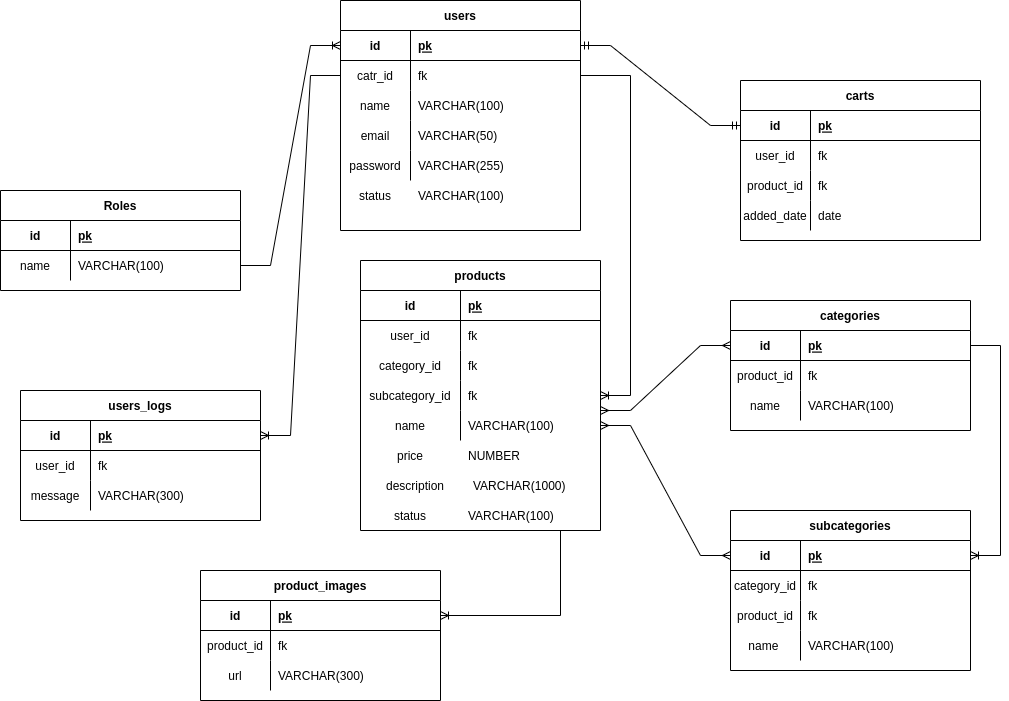
Before: db_diagram.png, a diagram exported from draw.io (DimaPekutko/DBMS-2022-053504). Source tidied: cells renumbered, new cells last; positions are measured from the earlier drawing's top-left corner, leaving out a move shared by most shapes.
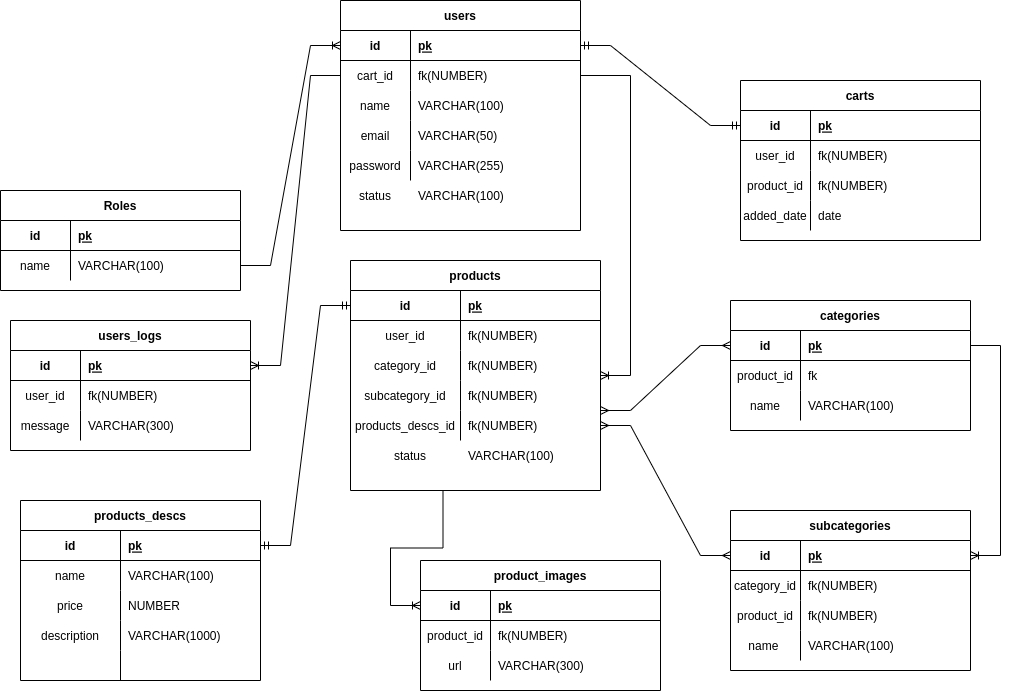
The same file after the commit.

Diff of the diagram source:
```diff
@@ -19,6 +19,6 @@
     </mxCell>
-    <mxCell id="7" value="catr_id" style="shape=partialRectangle;fillColor=none;top=0;left=0;bottom=0;right=0;overflow=hidden;" parent="6" vertex="1">
+    <mxCell id="7" value="cart_id" style="shape=partialRectangle;fillColor=none;top=0;left=0;bottom=0;right=0;overflow=hidden;" parent="6" vertex="1">
       <mxGeometry width="70" height="30" as="geometry" />
     </mxCell>
-    <mxCell id="8" value="fk" style="shape=partialRectangle;fillColor=none;top=0;left=0;bottom=0;right=0;align=left;spacingLeft=6;overflow=hidden;" parent="6" vertex="1">
+    <mxCell id="8" value="fk(NUMBER)" style="shape=partialRectangle;fillColor=none;top=0;left=0;bottom=0;right=0;align=left;spacingLeft=6;overflow=hidden;" parent="6" vertex="1">
       <mxGeometry x="70" width="170" height="30" as="geometry" />
@@ -74,3 +74,3 @@
     <mxCell id="25" value="users_logs" style="shape=table;startSize=30;rowLines=0;fontStyle=1;align=center;" parent="1" vertex="1">
-      <mxGeometry x="20" y="390" width="240" height="130" as="geometry" />
+      <mxGeometry x="10" y="320" width="240" height="130" as="geometry" />
     </mxCell>
@@ -91,3 +91,3 @@
     </mxCell>
-    <mxCell id="31" value="fk" style="shape=partialRectangle;fillColor=none;top=0;left=0;bottom=0;right=0;align=left;spacingLeft=6;overflow=hidden;" parent="29" vertex="1">
+    <mxCell id="31" value="fk(NUMBER)" style="shape=partialRectangle;fillColor=none;top=0;left=0;bottom=0;right=0;align=left;spacingLeft=6;overflow=hidden;" parent="29" vertex="1">
       <mxGeometry x="70" width="170" height="30" as="geometry" />
@@ -104,48 +104,48 @@
     <mxCell id="35" value="products" style="shape=table;startSize=30;rowLines=0;fontStyle=1;align=center;" parent="1" vertex="1">
-      <mxGeometry x="360" y="260" width="240" height="270" as="geometry" />
+      <mxGeometry x="350" y="260" width="250" height="230" as="geometry" />
     </mxCell>
     <mxCell id="36" style="shape=tableRow;horizontal=0;startSize=0;swimlaneHead=0;swimlaneBody=0;fillColor=none;points=[[0,0.5],[1,0.5]];portConstraint=eastwest;top=0;left=0;right=0;bottom=1;" parent="35" vertex="1">
-      <mxGeometry y="30" width="240" height="30" as="geometry" />
+      <mxGeometry y="30" width="250" height="30" as="geometry" />
     </mxCell>
     <mxCell id="37" value="id" style="shape=partialRectangle;fillColor=none;top=0;left=0;bottom=0;right=0;fontStyle=1;overflow=hidden;" parent="36" vertex="1">
-      <mxGeometry width="100" height="30" as="geometry" />
+      <mxGeometry width="110" height="30" as="geometry" />
     </mxCell>
     <mxCell id="38" value="pk" style="shape=partialRectangle;fillColor=none;top=0;left=0;bottom=0;right=0;align=left;spacingLeft=6;fontStyle=5;overflow=hidden;" parent="36" vertex="1">
-      <mxGeometry x="100" width="140" height="30" as="geometry" />
+      <mxGeometry x="110" width="140" height="30" as="geometry" />
     </mxCell>
     <mxCell id="39" style="shape=tableRow;horizontal=0;startSize=0;swimlaneHead=0;swimlaneBody=0;fillColor=none;top=0;left=0;right=0;bottom=0;" parent="35" vertex="1">
-      <mxGeometry y="60" width="240" height="30" as="geometry" />
+      <mxGeometry y="60" width="250" height="30" as="geometry" />
     </mxCell>
     <mxCell id="40" value="user_id" style="shape=partialRectangle;fillColor=none;top=0;left=0;bottom=0;right=0;overflow=hidden;" parent="39" vertex="1">
-      <mxGeometry width="100" height="30" as="geometry" />
+      <mxGeometry width="110" height="30" as="geometry" />
     </mxCell>
-    <mxCell id="41" value="fk" style="shape=partialRectangle;fillColor=none;top=0;left=0;bottom=0;right=0;align=left;spacingLeft=6;overflow=hidden;" parent="39" vertex="1">
-      <mxGeometry x="100" width="140" height="30" as="geometry" />
+    <mxCell id="41" value="fk(NUMBER)" style="shape=partialRectangle;fillColor=none;top=0;left=0;bottom=0;right=0;align=left;spacingLeft=6;overflow=hidden;" parent="39" vertex="1">
+      <mxGeometry x="110" width="140" height="30" as="geometry" />
     </mxCell>
     <mxCell id="42" style="shape=tableRow;horizontal=0;startSize=0;swimlaneHead=0;swimlaneBody=0;fillColor=none;top=0;left=0;right=0;bottom=0;" parent="35" vertex="1">
-      <mxGeometry y="90" width="240" height="30" as="geometry" />
+      <mxGeometry y="90" width="250" height="30" as="geometry" />
     </mxCell>
     <mxCell id="43" value="category_id" style="shape=partialRectangle;fillColor=none;top=0;left=0;bottom=0;right=0;overflow=hidden;" parent="42" vertex="1">
-      <mxGeometry width="100" height="30" as="geometry" />
+      <mxGeometry width="110" height="30" as="geometry" />
     </mxCell>
-    <mxCell id="44" value="fk" style="shape=partialRectangle;fillColor=none;top=0;left=0;bottom=0;right=0;align=left;spacingLeft=6;overflow=hidden;" parent="42" vertex="1">
-      <mxGeometry x="100" width="140" height="30" as="geometry" />
+    <mxCell id="44" value="fk(NUMBER)" style="shape=partialRectangle;fillColor=none;top=0;left=0;bottom=0;right=0;align=left;spacingLeft=6;overflow=hidden;" parent="42" vertex="1">
+      <mxGeometry x="110" width="140" height="30" as="geometry" />
     </mxCell>
     <mxCell id="45" style="shape=tableRow;horizontal=0;startSize=0;swimlaneHead=0;swimlaneBody=0;fillColor=none;top=0;left=0;right=0;bottom=0;" parent="35" vertex="1">
-      <mxGeometry y="120" width="240" height="30" as="geometry" />
+      <mxGeometry y="120" width="250" height="30" as="geometry" />
     </mxCell>
     <mxCell id="46" value="subcategory_id" style="shape=partialRectangle;fillColor=none;top=0;left=0;bottom=0;right=0;overflow=hidden;" parent="45" vertex="1">
-      <mxGeometry width="100" height="30" as="geometry" />
+      <mxGeometry width="110" height="30" as="geometry" />
     </mxCell>
-    <mxCell id="47" value="fk" style="shape=partialRectangle;fillColor=none;top=0;left=0;bottom=0;right=0;align=left;spacingLeft=6;overflow=hidden;" parent="45" vertex="1">
-      <mxGeometry x="100" width="140" height="30" as="geometry" />
+    <mxCell id="47" value="fk(NUMBER)" style="shape=partialRectangle;fillColor=none;top=0;left=0;bottom=0;right=0;align=left;spacingLeft=6;overflow=hidden;" parent="45" vertex="1">
+      <mxGeometry x="110" width="140" height="30" as="geometry" />
     </mxCell>
     <mxCell id="48" style="shape=tableRow;horizontal=0;startSize=0;swimlaneHead=0;swimlaneBody=0;fillColor=none;points=[[0,0.5],[1,0.5]];portConstraint=eastwest;top=0;left=0;right=0;bottom=0;" parent="35" vertex="1">
-      <mxGeometry y="150" width="240" height="30" as="geometry" />
+      <mxGeometry y="150" width="250" height="30" as="geometry" />
     </mxCell>
-    <mxCell id="49" value="name" style="shape=partialRectangle;fillColor=none;top=0;left=0;bottom=0;right=0;overflow=hidden;" parent="48" vertex="1">
-      <mxGeometry width="100" height="30" as="geometry" />
+    <mxCell id="49" value="products_descs_id" style="shape=partialRectangle;fillColor=none;top=0;left=0;bottom=0;right=0;overflow=hidden;" parent="48" vertex="1">
+      <mxGeometry width="110" height="30" as="geometry" />
     </mxCell>
-    <mxCell id="50" value="VARCHAR(100)" style="shape=partialRectangle;fillColor=none;top=0;left=0;bottom=0;right=0;align=left;spacingLeft=6;overflow=hidden;" parent="48" vertex="1">
-      <mxGeometry x="100" width="140" height="30" as="geometry" />
+    <mxCell id="50" value="fk(NUMBER)" style="shape=partialRectangle;fillColor=none;top=0;left=0;bottom=0;right=0;align=left;spacingLeft=6;overflow=hidden;" parent="48" vertex="1">
+      <mxGeometry x="110" width="140" height="30" as="geometry" />
     </mxCell>
@@ -154,8 +154,2 @@
     </mxCell>
-    <mxCell id="52" value="price" style="shape=partialRectangle;fillColor=none;top=0;left=0;bottom=0;right=0;overflow=hidden;" parent="51" vertex="1">
-      <mxGeometry width="100" height="30" as="geometry" />
-    </mxCell>
-    <mxCell id="53" value="NUMBER" style="shape=partialRectangle;fillColor=none;top=0;left=0;bottom=0;right=0;align=left;spacingLeft=6;overflow=hidden;" parent="51" vertex="1">
-      <mxGeometry x="100" width="140" height="30" as="geometry" />
-    </mxCell>
     <mxCell id="54" style="shape=tableRow;horizontal=0;startSize=0;swimlaneHead=0;swimlaneBody=0;fillColor=none;top=0;left=0;right=0;bottom=0;" parent="1" vertex="1">
@@ -163,8 +157,2 @@
     </mxCell>
-    <mxCell id="55" value="description" style="shape=partialRectangle;fillColor=none;top=0;left=0;bottom=0;right=0;overflow=hidden;" parent="54" vertex="1">
-      <mxGeometry width="100" height="30" as="geometry" />
-    </mxCell>
-    <mxCell id="56" value="VARCHAR(1000)" style="shape=partialRectangle;fillColor=none;top=0;left=0;bottom=0;right=0;align=left;spacingLeft=6;overflow=hidden;" parent="54" vertex="1">
-      <mxGeometry x="100" width="140" height="30" as="geometry" />
-    </mxCell>
     <mxCell id="57" value="categories" style="shape=table;startSize=30;rowLines=0;fontStyle=1;align=center;" parent="1" vertex="1">
@@ -217,3 +205,3 @@
     </mxCell>
-    <mxCell id="73" value="fk" style="shape=partialRectangle;fillColor=none;top=0;left=0;bottom=0;right=0;align=left;spacingLeft=6;overflow=hidden;" parent="71" vertex="1">
+    <mxCell id="73" value="fk(NUMBER)" style="shape=partialRectangle;fillColor=none;top=0;left=0;bottom=0;right=0;align=left;spacingLeft=6;overflow=hidden;" parent="71" vertex="1">
       <mxGeometry x="70" width="170" height="30" as="geometry" />
@@ -226,3 +214,3 @@
     </mxCell>
-    <mxCell id="76" value="fk" style="shape=partialRectangle;fillColor=none;top=0;left=0;bottom=0;right=0;align=left;spacingLeft=6;overflow=hidden;" parent="74" vertex="1">
+    <mxCell id="76" value="fk(NUMBER)" style="shape=partialRectangle;fillColor=none;top=0;left=0;bottom=0;right=0;align=left;spacingLeft=6;overflow=hidden;" parent="74" vertex="1">
       <mxGeometry x="70" width="170" height="30" as="geometry" />
@@ -256,3 +244,3 @@
     </mxCell>
-    <mxCell id="86" value="fk" style="shape=partialRectangle;fillColor=none;top=0;left=0;bottom=0;right=0;align=left;spacingLeft=6;overflow=hidden;" parent="84" vertex="1">
+    <mxCell id="86" value="fk(NUMBER)" style="shape=partialRectangle;fillColor=none;top=0;left=0;bottom=0;right=0;align=left;spacingLeft=6;overflow=hidden;" parent="84" vertex="1">
       <mxGeometry x="70" width="170" height="30" as="geometry" />
@@ -265,3 +253,3 @@
     </mxCell>
-    <mxCell id="89" value="fk" style="shape=partialRectangle;fillColor=none;top=0;left=0;bottom=0;right=0;align=left;spacingLeft=6;overflow=hidden;" parent="87" vertex="1">
+    <mxCell id="89" value="fk(NUMBER)" style="shape=partialRectangle;fillColor=none;top=0;left=0;bottom=0;right=0;align=left;spacingLeft=6;overflow=hidden;" parent="87" vertex="1">
       <mxGeometry x="70" width="170" height="30" as="geometry" />
@@ -278,3 +266,3 @@
     <mxCell id="93" value="product_images" style="shape=table;startSize=30;rowLines=0;fontStyle=1;align=center;" parent="1" vertex="1">
-      <mxGeometry x="200" y="570" width="240" height="130" as="geometry" />
+      <mxGeometry x="420" y="560" width="240" height="130" as="geometry" />
     </mxCell>
@@ -295,3 +283,3 @@
     </mxCell>
-    <mxCell id="99" value="fk" style="shape=partialRectangle;fillColor=none;top=0;left=0;bottom=0;right=0;align=left;spacingLeft=6;overflow=hidden;" parent="97" vertex="1">
+    <mxCell id="99" value="fk(NUMBER)" style="shape=partialRectangle;fillColor=none;top=0;left=0;bottom=0;right=0;align=left;spacingLeft=6;overflow=hidden;" parent="97" vertex="1">
       <mxGeometry x="70" width="170" height="30" as="geometry" />
@@ -319,7 +307,2 @@
     </mxCell>
-    <mxCell id="107" style="edgeStyle=entityRelationEdgeStyle;fontSize=12;html=1;endArrow=ERoneToMany;rounded=0;entryX=1;entryY=0.5;entryDx=0;entryDy=0;" parent="1" edge="1" target="94">
-      <mxGeometry relative="1" as="geometry">
-        <mxPoint x="530" y="530" as="sourcePoint" />
-      </mxGeometry>
-    </mxCell>
     <mxCell id="108" style="edgeStyle=entityRelationEdgeStyle;fontSize=12;html=1;endArrow=ERmany;startArrow=ERmany;rounded=0;entryX=0;entryY=0.5;entryDx=0;entryDy=0;exitX=1;exitY=0.5;exitDx=0;exitDy=0;" parent="1" edge="1" source="48" target="81">
@@ -338,8 +321,2 @@
     </mxCell>
-    <mxCell id="112" value="status" style="shape=partialRectangle;fillColor=none;top=0;left=0;bottom=0;right=0;overflow=hidden;" parent="111" vertex="1">
-      <mxGeometry width="100" height="30" as="geometry" />
-    </mxCell>
-    <mxCell id="113" value="VARCHAR(100)" style="shape=partialRectangle;fillColor=none;top=0;left=0;bottom=0;right=0;align=left;spacingLeft=6;overflow=hidden;" parent="111" vertex="1">
-      <mxGeometry x="100" width="140" height="30" as="geometry" />
-    </mxCell>
     <mxCell id="114" style="shape=tableRow;horizontal=0;startSize=0;swimlaneHead=0;swimlaneBody=0;fillColor=none;top=0;left=0;right=0;bottom=0;" parent="1" vertex="1">
@@ -356,2 +333,62 @@
     </mxCell>
+    <mxCell id="118" value="products_descs" style="shape=table;startSize=30;rowLines=0;fontStyle=1;align=center;" parent="1" vertex="1">
+      <mxGeometry x="20" y="500" width="240" height="180" as="geometry" />
+    </mxCell>
+    <mxCell id="119" style="shape=tableRow;horizontal=0;startSize=0;swimlaneHead=0;swimlaneBody=0;fillColor=none;points=[[0,0.5],[1,0.5]];portConstraint=eastwest;top=0;left=0;right=0;bottom=1;" parent="118" vertex="1">
+      <mxGeometry y="30" width="240" height="30" as="geometry" />
+    </mxCell>
+    <mxCell id="120" value="id" style="shape=partialRectangle;fillColor=none;top=0;left=0;bottom=0;right=0;fontStyle=1;overflow=hidden;" parent="119" vertex="1">
+      <mxGeometry width="100" height="30" as="geometry" />
+    </mxCell>
+    <mxCell id="121" value="pk" style="shape=partialRectangle;fillColor=none;top=0;left=0;bottom=0;right=0;align=left;spacingLeft=6;fontStyle=5;overflow=hidden;" parent="119" vertex="1">
+      <mxGeometry x="100" width="140" height="30" as="geometry" />
+    </mxCell>
+    <mxCell id="122" style="shape=tableRow;horizontal=0;startSize=0;swimlaneHead=0;swimlaneBody=0;fillColor=none;top=0;left=0;right=0;bottom=0;" parent="118" vertex="1">
+      <mxGeometry y="60" width="240" height="30" as="geometry" />
+    </mxCell>
+    <mxCell id="123" value="name" style="shape=partialRectangle;fillColor=none;top=0;left=0;bottom=0;right=0;overflow=hidden;" parent="122" vertex="1">
+      <mxGeometry width="100" height="30" as="geometry" />
+    </mxCell>
+    <mxCell id="113" value="VARCHAR(100)" style="shape=partialRectangle;fillColor=none;top=0;left=0;bottom=0;right=0;align=left;spacingLeft=6;overflow=hidden;" parent="122" vertex="1">
+      <mxGeometry x="100" width="140" height="30" as="geometry" />
+    </mxCell>
+    <mxCell id="124" style="shape=tableRow;horizontal=0;startSize=0;swimlaneHead=0;swimlaneBody=0;fillColor=none;top=0;left=0;right=0;bottom=0;" parent="118" vertex="1">
+      <mxGeometry y="90" width="240" height="30" as="geometry" />
+    </mxCell>
+    <mxCell id="52" value="price" style="shape=partialRectangle;fillColor=none;top=0;left=0;bottom=0;right=0;overflow=hidden;" parent="124" vertex="1">
+      <mxGeometry width="100" height="30" as="geometry" />
+    </mxCell>
+    <mxCell id="53" value="NUMBER" style="shape=partialRectangle;fillColor=none;top=0;left=0;bottom=0;right=0;align=left;spacingLeft=6;overflow=hidden;" parent="124" vertex="1">
+      <mxGeometry x="100" width="140" height="30" as="geometry" />
+    </mxCell>
+    <mxCell id="125" style="shape=tableRow;horizontal=0;startSize=0;swimlaneHead=0;swimlaneBody=0;fillColor=none;top=0;left=0;right=0;bottom=0;" parent="118" vertex="1">
+      <mxGeometry y="120" width="240" height="30" as="geometry" />
+    </mxCell>
+    <mxCell id="55" value="description" style="shape=partialRectangle;fillColor=none;top=0;left=0;bottom=0;right=0;overflow=hidden;" parent="125" vertex="1">
+      <mxGeometry width="100" height="30" as="geometry" />
+    </mxCell>
+    <mxCell id="56" value="VARCHAR(1000)" style="shape=partialRectangle;fillColor=none;top=0;left=0;bottom=0;right=0;align=left;spacingLeft=6;overflow=hidden;" parent="125" vertex="1">
+      <mxGeometry x="100" width="140" height="30" as="geometry" />
+    </mxCell>
+    <mxCell id="126" style="shape=tableRow;horizontal=0;startSize=0;swimlaneHead=0;swimlaneBody=0;fillColor=none;top=0;left=0;right=0;bottom=0;" parent="118" vertex="1">
+      <mxGeometry y="150" width="240" height="30" as="geometry" />
+    </mxCell>
+    <mxCell id="127" style="shape=partialRectangle;fillColor=none;top=0;left=0;bottom=0;right=0;overflow=hidden;" parent="126" vertex="1">
+      <mxGeometry width="100" height="30" as="geometry" />
+    </mxCell>
+    <mxCell id="128" style="shape=partialRectangle;fillColor=none;top=0;left=0;bottom=0;right=0;align=left;spacingLeft=6;overflow=hidden;" parent="126" vertex="1">
+      <mxGeometry x="100" width="140" height="30" as="geometry" />
+    </mxCell>
+    <mxCell id="129" style="edgeStyle=entityRelationEdgeStyle;fontSize=12;html=1;endArrow=ERmandOne;startArrow=ERmandOne;rounded=0;exitX=1;exitY=0.5;exitDx=0;exitDy=0;entryX=0;entryY=0.5;entryDx=0;entryDy=0;" parent="1" edge="1" source="119" target="36">
+      <mxGeometry relative="1" as="geometry" />
+    </mxCell>
+    <mxCell id="130" style="edgeStyle=entityRelationEdgeStyle;fontSize=12;html=1;endArrow=ERoneToMany;rounded=0;entryX=0;entryY=0.5;entryDx=0;entryDy=0;exitX=0.25;exitY=1;exitDx=0;exitDy=0;" parent="1" edge="1" source="35" target="94">
+      <mxGeometry relative="1" as="geometry" />
+    </mxCell>
+    <mxCell id="112" value="status" style="shape=partialRectangle;fillColor=none;top=0;left=0;bottom=0;right=0;overflow=hidden;" parent="1" vertex="1">
+      <mxGeometry x="360" y="440" width="100" height="30" as="geometry" />
+    </mxCell>
+    <mxCell id="131" value="VARCHAR(100)" style="shape=partialRectangle;fillColor=none;top=0;left=0;bottom=0;right=0;align=left;spacingLeft=6;overflow=hidden;" parent="1" vertex="1">
+      <mxGeometry x="460" y="440" width="140" height="30" as="geometry" />
+    </mxCell>
   </root>
```
